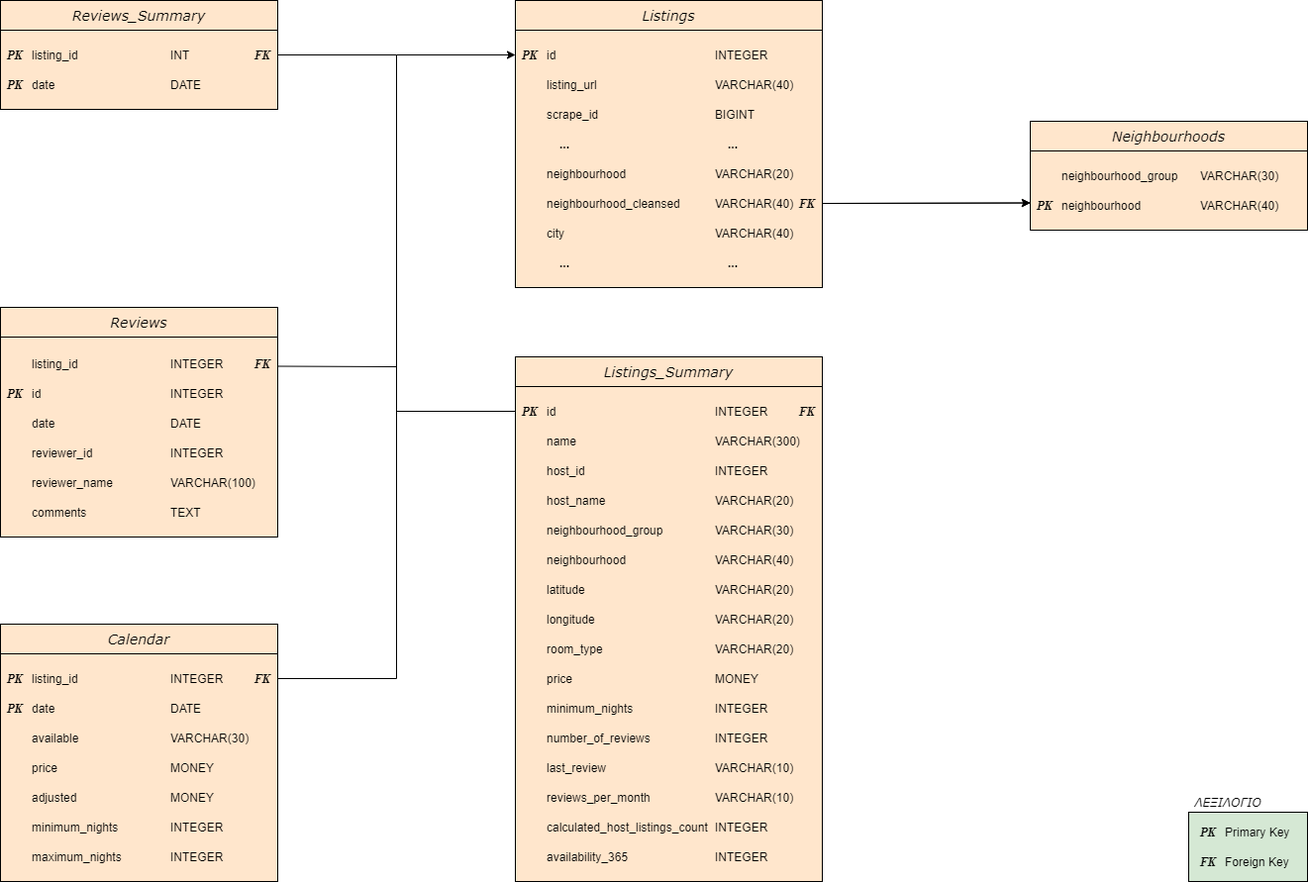
Before: CREATE_TABLES/DIAGRAMS/Diagram.png, a diagram exported from draw.io (PanagiotisNtymenos/Airbnb-Database). Source tidied: cells renumbered, new cells last; positions are measured from the earlier drawing's top-left corner, leaving out a move shared by most shapes.
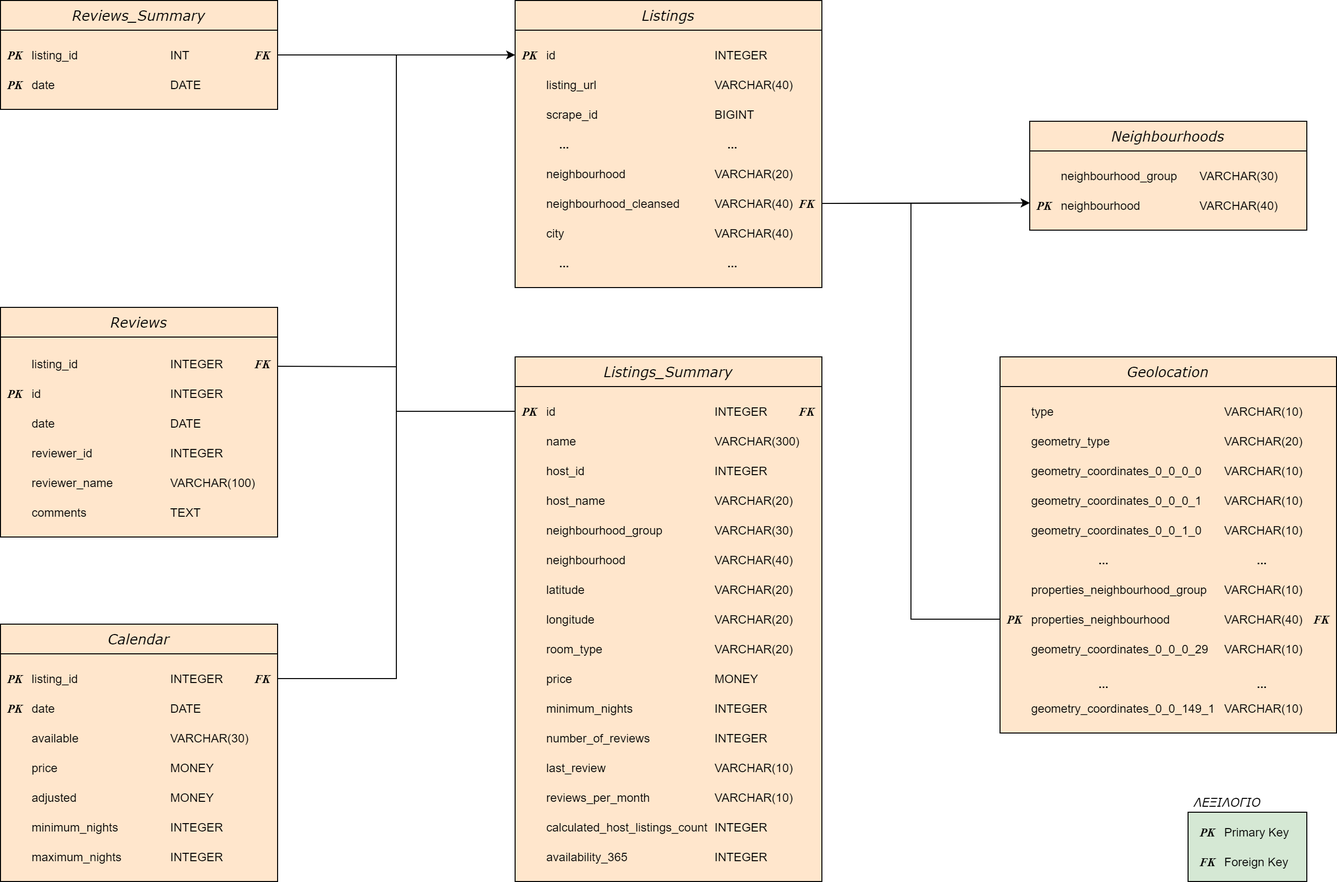
Above is the later version.

Commit message:
Tables Diagram

The edit, as a diff of the source:
```diff
@@ -375,5 +375,107 @@
         <mxPoint x="400" y="415" as="targetPoint" />
       </mxGeometry>
     </mxCell>
+    <mxCell id="121" style="rounded=0;whiteSpace=wrap;html=1;fillColor=#ffe6cc;strokeColor=#000000;" parent="1" vertex="1">
+      <mxGeometry x="1010" y="360" width="340" height="380" as="geometry" />
+    </mxCell>
+    <mxCell id="122" value="&lt;i&gt;&lt;font style=&quot;font-size: 14px&quot; face=&quot;Verdana&quot;&gt;Geolocation&lt;/font&gt;&lt;/i&gt;" style="rounded=0;whiteSpace=wrap;html=1;fillColor=#ffe6cc;strokeColor=#000000;" parent="1" vertex="1">
+      <mxGeometry x="1010" y="360" width="340" height="30" as="geometry" />
+    </mxCell>
+    <mxCell id="123" value="type" style="rounded=0;whiteSpace=wrap;html=1;strokeColor=none;align=left;fillColor=#ffe6cc;" parent="1" vertex="1">
+      <mxGeometry x="1040" y="400" width="80" height="30" as="geometry" />
+    </mxCell>
+    <mxCell id="124" value="VARCHAR(10)" style="rounded=0;whiteSpace=wrap;html=1;strokeColor=none;align=left;fillColor=#ffe6cc;" parent="1" vertex="1">
+      <mxGeometry x="1235" y="400" width="80" height="30" as="geometry" />
+    </mxCell>
+    <mxCell id="125" value="geometry_type" style="rounded=0;whiteSpace=wrap;html=1;strokeColor=none;align=left;fillColor=#ffe6cc;" parent="1" vertex="1">
+      <mxGeometry x="1040" y="430" width="80" height="30" as="geometry" />
+    </mxCell>
+    <mxCell id="126" value="VARCHAR(20)" style="rounded=0;whiteSpace=wrap;html=1;strokeColor=none;align=left;fillColor=#ffe6cc;" parent="1" vertex="1">
+      <mxGeometry x="1235" y="430" width="80" height="30" as="geometry" />
+    </mxCell>
+    <mxCell id="127" value="geometry_coordinates_0_0_0_0" style="rounded=0;whiteSpace=wrap;html=1;strokeColor=none;align=left;fillColor=#ffe6cc;" parent="1" vertex="1">
+      <mxGeometry x="1040" y="460" width="80" height="30" as="geometry" />
+    </mxCell>
+    <mxCell id="128" value="VARCHAR(10)" style="rounded=0;whiteSpace=wrap;html=1;strokeColor=none;align=left;fillColor=#ffe6cc;" parent="1" vertex="1">
+      <mxGeometry x="1235" y="460" width="80" height="30" as="geometry" />
+    </mxCell>
+    <mxCell id="129" value="properties_neighbourhood_group" style="rounded=0;whiteSpace=wrap;html=1;strokeColor=none;align=left;fillColor=#ffe6cc;" parent="1" vertex="1">
+      <mxGeometry x="1040" y="580" width="80" height="30" as="geometry" />
+    </mxCell>
+    <mxCell id="130" value="VARCHAR(10)" style="rounded=0;whiteSpace=wrap;html=1;strokeColor=none;align=left;fillColor=#ffe6cc;" parent="1" vertex="1">
+      <mxGeometry x="1235" y="580" width="80" height="30" as="geometry" />
+    </mxCell>
+    <mxCell id="131" value="properties_neighbourhood" style="rounded=0;whiteSpace=wrap;html=1;strokeColor=none;align=left;fillColor=#ffe6cc;" parent="1" vertex="1">
+      <mxGeometry x="1040" y="610" width="80" height="30" as="geometry" />
+    </mxCell>
+    <mxCell id="132" value="VARCHAR(40)" style="rounded=0;whiteSpace=wrap;html=1;strokeColor=none;align=left;fillColor=#ffe6cc;" parent="1" vertex="1">
+      <mxGeometry x="1235" y="610" width="80" height="30" as="geometry" />
+    </mxCell>
+    <mxCell id="133" value="&lt;i&gt;&lt;font face=&quot;Times New Roman&quot;&gt;&lt;b&gt;PK&lt;/b&gt;&lt;/font&gt;&lt;/i&gt;" style="text;html=1;strokeColor=none;fillColor=none;align=center;verticalAlign=middle;whiteSpace=wrap;rounded=0;" parent="1" vertex="1">
+      <mxGeometry x="1010" y="615" width="30" height="20" as="geometry" />
+    </mxCell>
+    <mxCell id="134" value="&lt;i&gt;&lt;font face=&quot;Times New Roman&quot;&gt;&lt;b&gt;FK&lt;/b&gt;&lt;/font&gt;&lt;/i&gt;" style="text;html=1;strokeColor=none;fillColor=none;align=center;verticalAlign=middle;whiteSpace=wrap;rounded=0;" parent="1" vertex="1">
+      <mxGeometry x="1320" y="615" width="30" height="20" as="geometry" />
+    </mxCell>
+    <mxCell id="135" value="geometry_coordinates_0_0_0_1" style="rounded=0;whiteSpace=wrap;html=1;strokeColor=none;align=left;fillColor=#ffe6cc;" parent="1" vertex="1">
+      <mxGeometry x="1040" y="490" width="80" height="30" as="geometry" />
+    </mxCell>
+    <mxCell id="136" value="VARCHAR(10)" style="rounded=0;whiteSpace=wrap;html=1;strokeColor=none;align=left;fillColor=#ffe6cc;" parent="1" vertex="1">
+      <mxGeometry x="1235" y="490" width="80" height="30" as="geometry" />
+    </mxCell>
+    <mxCell id="137" value="geometry_coordinates_0_0_0_29" style="rounded=0;whiteSpace=wrap;html=1;strokeColor=none;align=left;fillColor=#ffe6cc;" parent="1" vertex="1">
+      <mxGeometry x="1040" y="640" width="80" height="30" as="geometry" />
+    </mxCell>
+    <mxCell id="138" value="VARCHAR(10)" style="rounded=0;whiteSpace=wrap;html=1;strokeColor=none;align=left;fillColor=#ffe6cc;" parent="1" vertex="1">
+      <mxGeometry x="1235" y="640" width="80" height="30" as="geometry" />
+    </mxCell>
+    <mxCell id="139" value="geometry_coordinates_0_0_149_1" style="rounded=0;whiteSpace=wrap;html=1;strokeColor=none;align=left;fillColor=#ffe6cc;" parent="1" vertex="1">
+      <mxGeometry x="1040" y="700" width="80" height="30" as="geometry" />
+    </mxCell>
+    <mxCell id="140" value="VARCHAR(10)" style="rounded=0;whiteSpace=wrap;html=1;strokeColor=none;align=left;fillColor=#ffe6cc;" parent="1" vertex="1">
+      <mxGeometry x="1235" y="700" width="80" height="30" as="geometry" />
+    </mxCell>
+    <mxCell id="141" value="geometry_coordinates_0_0_1_0" style="rounded=0;whiteSpace=wrap;html=1;strokeColor=none;align=left;fillColor=#ffe6cc;" parent="1" vertex="1">
+      <mxGeometry x="1040" y="520" width="80" height="30" as="geometry" />
+    </mxCell>
+    <mxCell id="142" value="VARCHAR(10)" style="rounded=0;whiteSpace=wrap;html=1;strokeColor=none;align=left;fillColor=#ffe6cc;" parent="1" vertex="1">
+      <mxGeometry x="1235" y="520" width="80" height="30" as="geometry" />
+    </mxCell>
+    <mxCell id="143" value="&lt;b&gt;...&lt;/b&gt;" style="rounded=0;whiteSpace=wrap;html=1;strokeColor=none;align=center;fillColor=#ffe6cc;" parent="1" vertex="1">
+      <mxGeometry x="1075" y="550" width="80" height="30" as="geometry" />
+    </mxCell>
+    <mxCell id="144" value="&lt;b&gt;...&lt;/b&gt;" style="rounded=0;whiteSpace=wrap;html=1;strokeColor=none;align=center;fillColor=#ffe6cc;" parent="1" vertex="1">
+      <mxGeometry x="1235" y="550" width="80" height="30" as="geometry" />
+    </mxCell>
+    <mxCell id="145" value="&lt;b&gt;...&lt;/b&gt;" style="rounded=0;whiteSpace=wrap;html=1;strokeColor=none;align=center;fillColor=#ffe6cc;" parent="1" vertex="1">
+      <mxGeometry x="1075" y="675" width="80" height="30" as="geometry" />
+    </mxCell>
+    <mxCell id="146" value="&lt;b&gt;...&lt;/b&gt;" style="rounded=0;whiteSpace=wrap;html=1;strokeColor=none;align=center;fillColor=#ffe6cc;" parent="1" vertex="1">
+      <mxGeometry x="1235" y="675" width="80" height="30" as="geometry" />
+    </mxCell>
+    <mxCell id="147" style="endArrow=none;html=1;exitX=0;exitY=0.5;exitDx=0;exitDy=0;rounded=0;" parent="1" edge="1" source="133">
+      <mxGeometry relative="1" as="geometry">
+        <mxPoint x="920" y="210" as="targetPoint" />
+        <Array as="points">
+          <mxPoint x="920" y="625" />
+        </Array>
+      </mxGeometry>
+    </mxCell>
+    <mxCell id="148" style="endArrow=none;html=1;exitX=0;exitY=0.5;exitDx=0;exitDy=0;rounded=0;" parent="1" edge="1" source="133">
+      <mxGeometry relative="1" as="geometry">
+        <mxPoint x="920" y="210" as="targetPoint" />
+        <Array as="points">
+          <mxPoint x="920" y="625" />
+        </Array>
+      </mxGeometry>
+    </mxCell>
+    <mxCell id="149" style="endArrow=none;html=1;exitX=0;exitY=0.5;exitDx=0;exitDy=0;rounded=0;" parent="1" edge="1" source="133">
+      <mxGeometry relative="1" as="geometry">
+        <mxPoint x="920" y="205" as="targetPoint" />
+        <Array as="points">
+          <mxPoint x="920" y="625" />
+        </Array>
+      </mxGeometry>
+    </mxCell>
   </root>
 </mxGraphModel>
```
